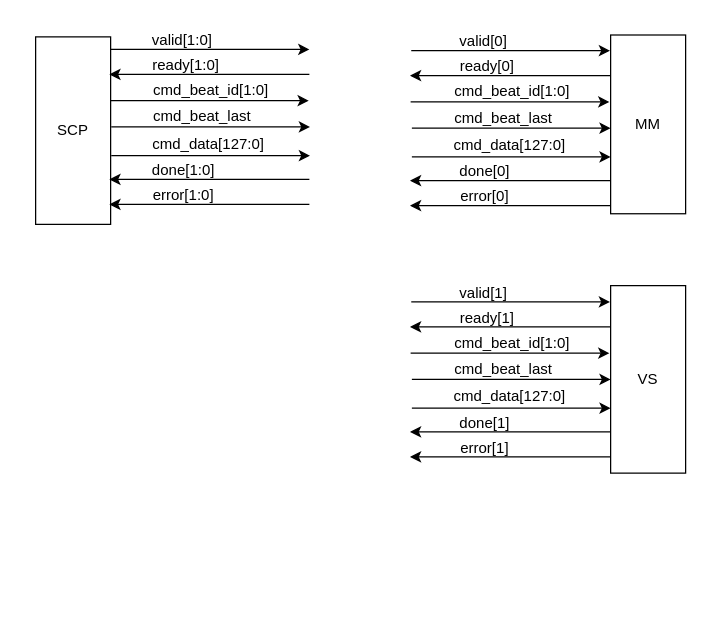
Earlier version of the draw.io diagram page "CMD BUS" (5 of 8) of SCP.drawio (HelmutXie/blake2). Source tidied: cells renumbered, new cells numbered last; positions are measured from the earlier drawing's top-left corner, leaving out a move shared by most shapes. Both pictures are drawn from the tidied source at 125%, with x=0, y=0 at pixel (35, 21).
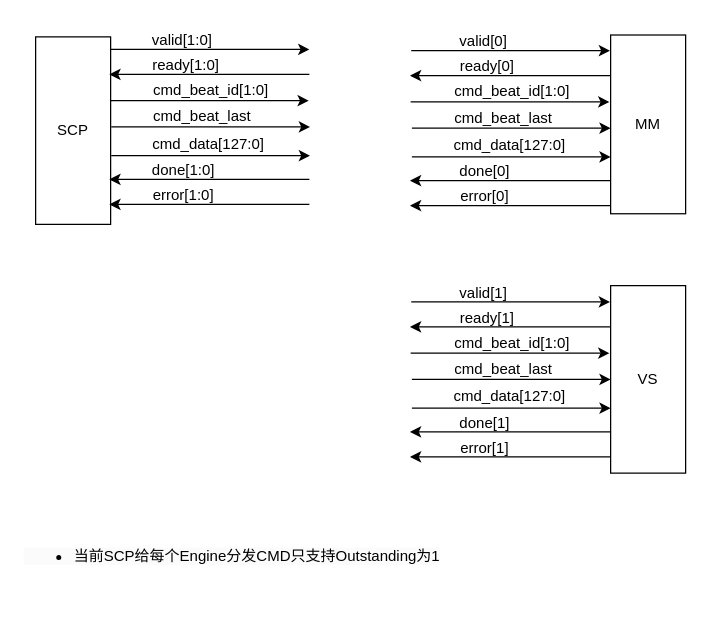
Above is the later version.

Diff of the diagram source:
```diff
@@
+    <mxCell id="47" value="&lt;ul style=&quot;border-color: var(--border-color); color: rgb(0, 0, 0); font-family: Helvetica; font-size: 12px; font-style: normal; font-variant-ligatures: normal; font-variant-caps: normal; font-weight: 400; letter-spacing: normal; orphans: 2; text-align: left; text-indent: 0px; text-transform: none; widows: 2; word-spacing: 0px; -webkit-text-stroke-width: 0px; background-color: rgb(251, 251, 251); text-decoration-thickness: initial; text-decoration-style: initial; text-decoration-color: initial;&quot;&gt;&lt;li style=&quot;border-color: var(--border-color);&quot;&gt;当前SCP给每个Engine分发CMD只支持Outstanding为1&lt;/li&gt;&lt;/ul&gt;" style="text;whiteSpace=wrap;html=1;" parent="1" vertex="1">
+      <mxGeometry x="-11" y="402" width="350" height="60" as="geometry" />
+    </mxCell>
```
